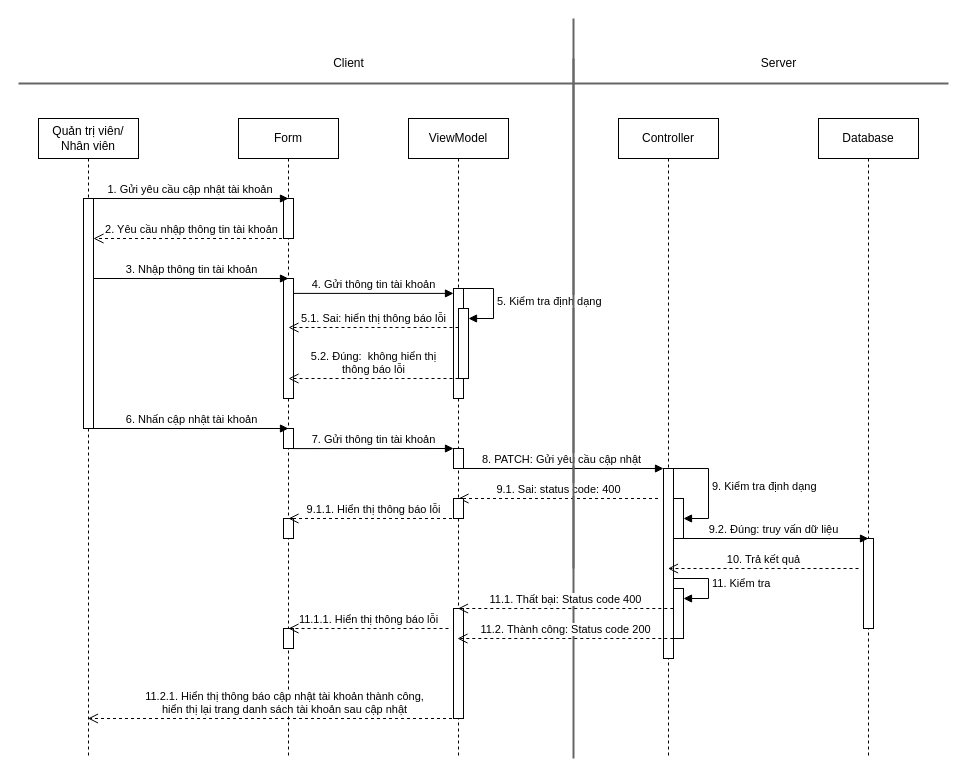
Before: page "Page-2" (2 of 4) of SD/SD_QUANLYTAIKHOAN.drawio in hieuNV0871/da, a draw.io diagram. Source tidied: cells renumbered, new cells numbered last; positions are measured from the earlier drawing's top-left corner, leaving out a move shared by most shapes. Both pictures are drawn from the tidied source at 100%, with x=0, y=0 at pixel (18, 18).
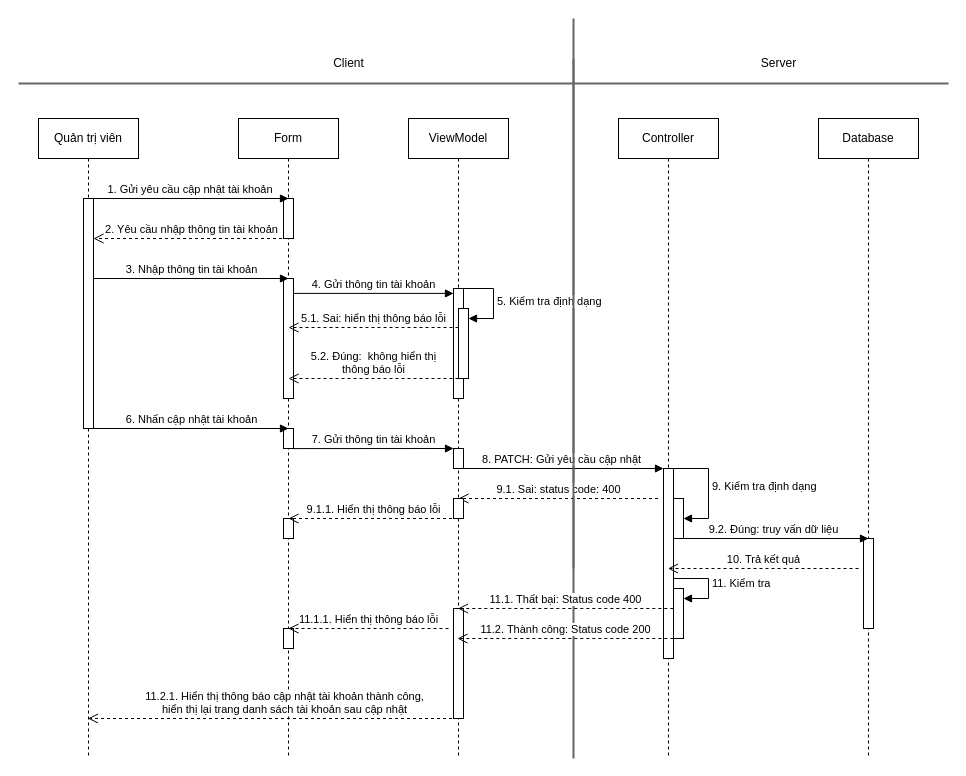
Above is the later version.

Change to the diagram source:
```diff
@@
-    <mxCell id="3" value="Quản trị viên/ Nhân viên" style="shape=umlLifeline;perimeter=lifelinePerimeter;whiteSpace=wrap;html=1;outlineConnect=0;portConstraint=eastwest;newEdgeStyle={&quot;curved&quot;:0,&quot;rounded&quot;:0};" parent="1" vertex="1">
+    <mxCell id="3" value="Quản trị viên" style="shape=umlLifeline;perimeter=lifelinePerimeter;whiteSpace=wrap;html=1;outlineConnect=0;portConstraint=eastwest;newEdgeStyle={&quot;curved&quot;:0,&quot;rounded&quot;:0};" parent="1" vertex="1">
       <mxGeometry x="20" y="100" width="100" height="640" as="geometry" />
     </mxCell>
```
